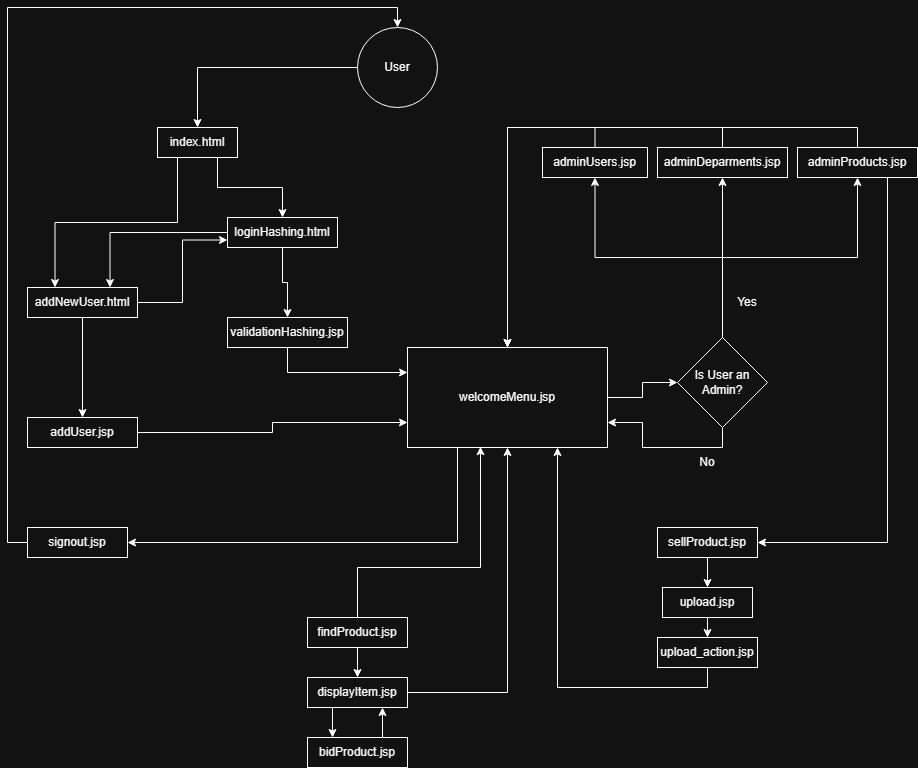
The draw.io diagram Documentation/flowChart.png in Edariel22/MiniEbay, before a commit. Source tidied: cells renumbered, new cells last; positions are measured from the earlier drawing's top-left corner, leaving out a move shared by most shapes. The source it was exported from:
```xml
<mxGraphModel>
  <root>
    <mxCell id="0" />
    <mxCell id="1" parent="0" />
    <mxCell id="2" style="edgeStyle=orthogonalEdgeStyle;rounded=0;jettySize=auto;html=1;exitX=0;exitY=0.5;exitDx=0;exitDy=0;entryX=0.5;entryY=0;entryDx=0;entryDy=0;" parent="1" edge="1" source="3" target="21">
      <mxGeometry relative="1" as="geometry" />
    </mxCell>
    <mxCell id="3" value="User" style="ellipse;whiteSpace=wrap;html=1;" parent="1" vertex="1">
      <mxGeometry x="330" width="80" height="80" as="geometry" />
    </mxCell>
    <mxCell id="4" style="edgeStyle=orthogonalEdgeStyle;rounded=0;jettySize=auto;html=1;exitX=0.5;exitY=1;exitDx=0;exitDy=0;entryX=0.5;entryY=0;entryDx=0;entryDy=0;" parent="1" edge="1" source="6" target="8">
      <mxGeometry relative="1" as="geometry" />
    </mxCell>
    <mxCell id="5" style="edgeStyle=orthogonalEdgeStyle;rounded=0;jettySize=auto;html=1;exitX=0;exitY=0.5;exitDx=0;exitDy=0;entryX=0.75;entryY=0;entryDx=0;entryDy=0;" parent="1" edge="1" source="6" target="11">
      <mxGeometry relative="1" as="geometry" />
    </mxCell>
    <mxCell id="6" value="loginHashing.html" style="rounded=0;whiteSpace=wrap;html=1;" parent="1" vertex="1">
      <mxGeometry x="200" y="190" width="110" height="30" as="geometry" />
    </mxCell>
    <mxCell id="7" style="edgeStyle=orthogonalEdgeStyle;rounded=0;jettySize=auto;html=1;exitX=0.5;exitY=1;exitDx=0;exitDy=0;entryX=0;entryY=0.25;entryDx=0;entryDy=0;" parent="1" edge="1" source="8" target="18">
      <mxGeometry relative="1" as="geometry" />
    </mxCell>
    <mxCell id="8" value="validationHashing.jsp" style="rounded=0;whiteSpace=wrap;html=1;" parent="1" vertex="1">
      <mxGeometry x="200" y="290" width="120" height="30" as="geometry" />
    </mxCell>
    <mxCell id="9" style="edgeStyle=orthogonalEdgeStyle;rounded=0;jettySize=auto;html=1;exitX=0.5;exitY=1;exitDx=0;exitDy=0;entryX=0.5;entryY=0;entryDx=0;entryDy=0;" parent="1" edge="1" source="11" target="13">
      <mxGeometry relative="1" as="geometry" />
    </mxCell>
    <mxCell id="10" style="edgeStyle=orthogonalEdgeStyle;rounded=0;jettySize=auto;html=1;exitX=1;exitY=0.5;exitDx=0;exitDy=0;entryX=0;entryY=0.75;entryDx=0;entryDy=0;" parent="1" edge="1" source="11" target="6">
      <mxGeometry relative="1" as="geometry" />
    </mxCell>
    <mxCell id="11" value="addNewUser.html" style="rounded=0;whiteSpace=wrap;html=1;" parent="1" vertex="1">
      <mxGeometry y="260" width="110" height="30" as="geometry" />
    </mxCell>
    <mxCell id="12" style="edgeStyle=orthogonalEdgeStyle;rounded=0;jettySize=auto;html=1;exitX=1;exitY=0.5;exitDx=0;exitDy=0;entryX=0;entryY=0.75;entryDx=0;entryDy=0;" parent="1" edge="1" source="13" target="18">
      <mxGeometry relative="1" as="geometry" />
    </mxCell>
    <mxCell id="13" value="addUser.jsp" style="rounded=0;whiteSpace=wrap;html=1;" parent="1" vertex="1">
      <mxGeometry y="390" width="110" height="30" as="geometry" />
    </mxCell>
    <mxCell id="14" style="edgeStyle=orthogonalEdgeStyle;rounded=0;jettySize=auto;html=1;exitX=0;exitY=0.5;exitDx=0;exitDy=0;entryX=0.5;entryY=0;entryDx=0;entryDy=0;" parent="1" edge="1" source="15" target="3">
      <mxGeometry relative="1" as="geometry" />
    </mxCell>
    <mxCell id="15" value="signout.jsp" style="rounded=0;whiteSpace=wrap;html=1;" parent="1" vertex="1">
      <mxGeometry y="500" width="100" height="30" as="geometry" />
    </mxCell>
    <mxCell id="16" style="edgeStyle=orthogonalEdgeStyle;rounded=0;jettySize=auto;html=1;exitX=0.25;exitY=1;exitDx=0;exitDy=0;entryX=1;entryY=0.5;entryDx=0;entryDy=0;" parent="1" edge="1" source="18" target="15">
      <mxGeometry relative="1" as="geometry" />
    </mxCell>
    <mxCell id="17" style="edgeStyle=orthogonalEdgeStyle;rounded=0;jettySize=auto;html=1;exitX=1;exitY=0.5;exitDx=0;exitDy=0;entryX=0;entryY=0.5;entryDx=0;entryDy=0;" parent="1" edge="1" source="18" target="26">
      <mxGeometry relative="1" as="geometry" />
    </mxCell>
    <mxCell id="18" value="welcomeMenu.jsp" style="rounded=0;whiteSpace=wrap;html=1;" parent="1" vertex="1">
      <mxGeometry x="380" y="320" width="200" height="100" as="geometry" />
    </mxCell>
    <mxCell id="19" style="edgeStyle=orthogonalEdgeStyle;rounded=0;jettySize=auto;html=1;exitX=0.25;exitY=1;exitDx=0;exitDy=0;entryX=0.25;entryY=0;entryDx=0;entryDy=0;" parent="1" edge="1" source="21" target="11">
      <mxGeometry relative="1" as="geometry" />
    </mxCell>
    <mxCell id="20" style="edgeStyle=orthogonalEdgeStyle;rounded=0;jettySize=auto;html=1;exitX=0.75;exitY=1;exitDx=0;exitDy=0;entryX=0.5;entryY=0;entryDx=0;entryDy=0;" parent="1" edge="1" source="21" target="6">
      <mxGeometry relative="1" as="geometry" />
    </mxCell>
    <mxCell id="21" value="index.html" style="rounded=0;whiteSpace=wrap;html=1;" parent="1" vertex="1">
      <mxGeometry x="130" y="100" width="80" height="30" as="geometry" />
    </mxCell>
    <mxCell id="22" style="edgeStyle=orthogonalEdgeStyle;rounded=0;jettySize=auto;html=1;exitX=0.5;exitY=0;exitDx=0;exitDy=0;entryX=0.5;entryY=1;entryDx=0;entryDy=0;" parent="1" edge="1" source="26" target="35">
      <mxGeometry relative="1" as="geometry" />
    </mxCell>
    <mxCell id="23" style="edgeStyle=orthogonalEdgeStyle;rounded=0;jettySize=auto;html=1;exitX=0.5;exitY=1;exitDx=0;exitDy=0;entryX=1;entryY=0.75;entryDx=0;entryDy=0;" parent="1" edge="1" source="26" target="18">
      <mxGeometry relative="1" as="geometry" />
    </mxCell>
    <mxCell id="24" style="edgeStyle=orthogonalEdgeStyle;rounded=0;jettySize=auto;html=1;exitX=0.5;exitY=0;exitDx=0;exitDy=0;entryX=0.5;entryY=1;entryDx=0;entryDy=0;" parent="1" edge="1" source="26" target="33">
      <mxGeometry relative="1" as="geometry" />
    </mxCell>
    <mxCell id="25" style="edgeStyle=orthogonalEdgeStyle;rounded=0;jettySize=auto;html=1;exitX=0.5;exitY=0;exitDx=0;exitDy=0;entryX=0.5;entryY=1;entryDx=0;entryDy=0;" parent="1" edge="1" source="26" target="31">
      <mxGeometry relative="1" as="geometry" />
    </mxCell>
    <mxCell id="26" value="Is User an Admin?" style="rhombus;whiteSpace=wrap;html=1;" parent="1" vertex="1">
      <mxGeometry x="650" y="310" width="90" height="90" as="geometry" />
    </mxCell>
    <mxCell id="27" value="No" style="text;html=1;whiteSpace=wrap;strokeColor=none;fillColor=none;align=center;verticalAlign=middle;rounded=0;" parent="1" vertex="1">
      <mxGeometry x="650" y="420" width="60" height="30" as="geometry" />
    </mxCell>
    <mxCell id="28" value="Yes" style="text;html=1;whiteSpace=wrap;strokeColor=none;fillColor=none;align=center;verticalAlign=middle;rounded=0;" parent="1" vertex="1">
      <mxGeometry x="690" y="260" width="60" height="30" as="geometry" />
    </mxCell>
    <mxCell id="29" style="edgeStyle=orthogonalEdgeStyle;rounded=0;jettySize=auto;html=1;exitX=0.5;exitY=0;exitDx=0;exitDy=0;" parent="1" edge="1" source="31">
      <mxGeometry relative="1" as="geometry">
        <mxPoint x="480" y="320" as="targetPoint" />
      </mxGeometry>
    </mxCell>
    <mxCell id="30" style="edgeStyle=orthogonalEdgeStyle;rounded=0;jettySize=auto;html=1;exitX=0.75;exitY=1;exitDx=0;exitDy=0;entryX=1;entryY=0.5;entryDx=0;entryDy=0;" parent="1" edge="1" source="31" target="37">
      <mxGeometry relative="1" as="geometry" />
    </mxCell>
    <mxCell id="31" value="adminProducts.jsp" style="rounded=0;whiteSpace=wrap;html=1;" parent="1" vertex="1">
      <mxGeometry x="770" y="120" width="120" height="30" as="geometry" />
    </mxCell>
    <mxCell id="32" style="edgeStyle=orthogonalEdgeStyle;rounded=0;jettySize=auto;html=1;exitX=0.5;exitY=0;exitDx=0;exitDy=0;entryX=0.5;entryY=0;entryDx=0;entryDy=0;" parent="1" edge="1" source="33" target="18">
      <mxGeometry relative="1" as="geometry" />
    </mxCell>
    <mxCell id="33" value="adminDeparments.jsp" style="rounded=0;whiteSpace=wrap;html=1;" parent="1" vertex="1">
      <mxGeometry x="630" y="120" width="130" height="30" as="geometry" />
    </mxCell>
    <mxCell id="34" style="edgeStyle=orthogonalEdgeStyle;rounded=0;jettySize=auto;html=1;exitX=0.5;exitY=0;exitDx=0;exitDy=0;entryX=0.5;entryY=0;entryDx=0;entryDy=0;" parent="1" edge="1" source="35" target="18">
      <mxGeometry relative="1" as="geometry" />
    </mxCell>
    <mxCell id="35" value="adminUsers.jsp" style="rounded=0;whiteSpace=wrap;html=1;" parent="1" vertex="1">
      <mxGeometry x="515" y="120" width="105" height="30" as="geometry" />
    </mxCell>
    <mxCell id="36" style="edgeStyle=orthogonalEdgeStyle;rounded=0;jettySize=auto;html=1;exitX=0.5;exitY=1;exitDx=0;exitDy=0;entryX=0.5;entryY=0;entryDx=0;entryDy=0;" parent="1" edge="1" source="37" target="39">
      <mxGeometry relative="1" as="geometry" />
    </mxCell>
    <mxCell id="37" value="sellProduct.jsp" style="rounded=0;whiteSpace=wrap;html=1;" parent="1" vertex="1">
      <mxGeometry x="630" y="500" width="100" height="30" as="geometry" />
    </mxCell>
    <mxCell id="38" style="edgeStyle=orthogonalEdgeStyle;rounded=0;jettySize=auto;html=1;exitX=0.5;exitY=1;exitDx=0;exitDy=0;entryX=0.5;entryY=0;entryDx=0;entryDy=0;" parent="1" edge="1" source="39" target="41">
      <mxGeometry relative="1" as="geometry" />
    </mxCell>
    <mxCell id="39" value="upload.jsp" style="rounded=0;whiteSpace=wrap;html=1;" parent="1" vertex="1">
      <mxGeometry x="635" y="560" width="90" height="30" as="geometry" />
    </mxCell>
    <mxCell id="40" style="edgeStyle=orthogonalEdgeStyle;rounded=0;jettySize=auto;html=1;exitX=0.5;exitY=1;exitDx=0;exitDy=0;entryX=0.75;entryY=1;entryDx=0;entryDy=0;" parent="1" edge="1" source="41" target="18">
      <mxGeometry relative="1" as="geometry" />
    </mxCell>
    <mxCell id="41" value="upload_action.jsp" style="rounded=0;whiteSpace=wrap;html=1;" parent="1" vertex="1">
      <mxGeometry x="630" y="610" width="100" height="30" as="geometry" />
    </mxCell>
    <mxCell id="42" style="edgeStyle=orthogonalEdgeStyle;rounded=0;jettySize=auto;html=1;exitX=0.5;exitY=1;exitDx=0;exitDy=0;entryX=0.5;entryY=0;entryDx=0;entryDy=0;" parent="1" edge="1" source="43" target="46">
      <mxGeometry relative="1" as="geometry" />
    </mxCell>
    <mxCell id="43" value="findProduct.jsp" style="rounded=0;whiteSpace=wrap;html=1;" parent="1" vertex="1">
      <mxGeometry x="280" y="590" width="100" height="30" as="geometry" />
    </mxCell>
    <mxCell id="44" style="edgeStyle=orthogonalEdgeStyle;rounded=0;jettySize=auto;html=1;exitX=0.25;exitY=1;exitDx=0;exitDy=0;entryX=0.25;entryY=0;entryDx=0;entryDy=0;" parent="1" edge="1" source="46" target="48">
      <mxGeometry relative="1" as="geometry" />
    </mxCell>
    <mxCell id="45" style="edgeStyle=orthogonalEdgeStyle;rounded=0;jettySize=auto;html=1;exitX=1;exitY=0.5;exitDx=0;exitDy=0;entryX=0.5;entryY=1;entryDx=0;entryDy=0;" parent="1" edge="1" source="46" target="18">
      <mxGeometry relative="1" as="geometry" />
    </mxCell>
    <mxCell id="46" value="displayItem.jsp" style="rounded=0;whiteSpace=wrap;html=1;" parent="1" vertex="1">
      <mxGeometry x="280" y="650" width="100" height="30" as="geometry" />
    </mxCell>
    <mxCell id="47" style="edgeStyle=orthogonalEdgeStyle;rounded=0;jettySize=auto;html=1;exitX=0.75;exitY=0;exitDx=0;exitDy=0;entryX=0.75;entryY=1;entryDx=0;entryDy=0;" parent="1" edge="1" source="48" target="46">
      <mxGeometry relative="1" as="geometry" />
    </mxCell>
    <mxCell id="48" value="bidProduct.jsp" style="rounded=0;whiteSpace=wrap;html=1;" parent="1" vertex="1">
      <mxGeometry x="280" y="710" width="100" height="30" as="geometry" />
    </mxCell>
    <mxCell id="49" style="edgeStyle=orthogonalEdgeStyle;rounded=0;jettySize=auto;html=1;exitX=0.5;exitY=0;exitDx=0;exitDy=0;entryX=0.365;entryY=0.992;entryDx=0;entryDy=0;entryPerimeter=0;" parent="1" edge="1" source="43" target="18">
      <mxGeometry relative="1" as="geometry">
        <Array as="points">
          <mxPoint x="330" y="540" />
          <mxPoint x="453" y="540" />
        </Array>
      </mxGeometry>
    </mxCell>
  </root>
</mxGraphModel>
```
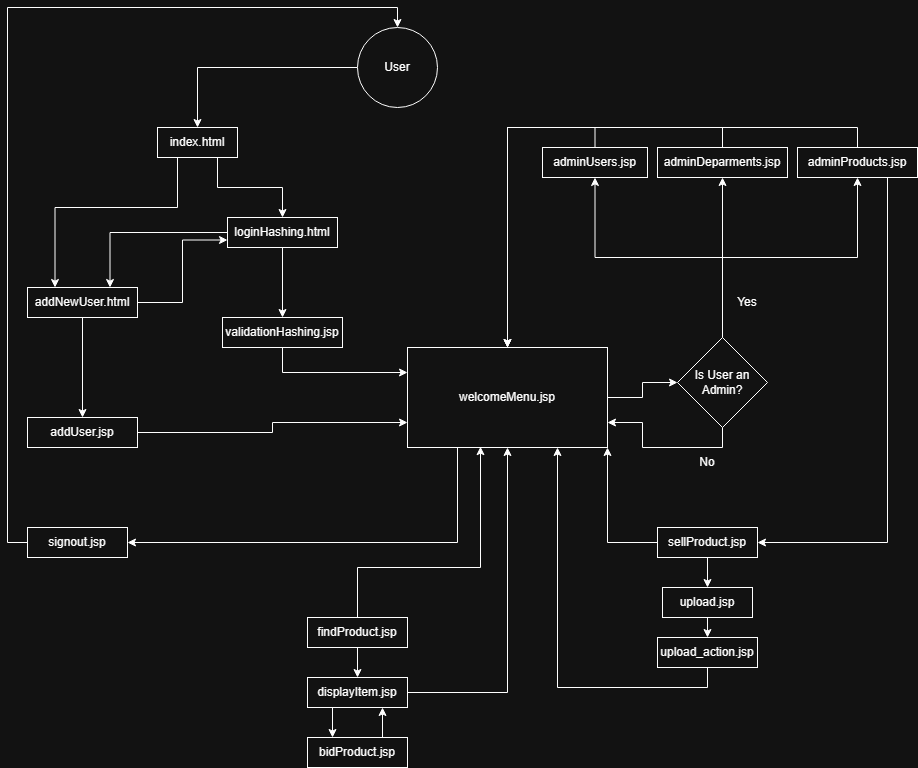
Above is the later version.

Diff of the diagram source:
```diff
@@ -21,7 +21,7 @@
       <mxGeometry relative="1" as="geometry" />
     </mxCell>
     <mxCell id="8" value="validationHashing.jsp" style="rounded=0;whiteSpace=wrap;html=1;" parent="1" vertex="1">
-      <mxGeometry x="200" y="290" width="120" height="30" as="geometry" />
+      <mxGeometry x="195" y="290" width="120" height="30" as="geometry" />
     </mxCell>
     <mxCell id="9" style="edgeStyle=orthogonalEdgeStyle;rounded=0;jettySize=auto;html=1;exitX=0.5;exitY=1;exitDx=0;exitDy=0;entryX=0.5;entryY=0;entryDx=0;entryDy=0;" parent="1" edge="1" source="11" target="13">
       <mxGeometry relative="1" as="geometry" />
@@ -54,7 +54,12 @@
       <mxGeometry x="380" y="320" width="200" height="100" as="geometry" />
     </mxCell>
     <mxCell id="19" style="edgeStyle=orthogonalEdgeStyle;rounded=0;jettySize=auto;html=1;exitX=0.25;exitY=1;exitDx=0;exitDy=0;entryX=0.25;entryY=0;entryDx=0;entryDy=0;" parent="1" edge="1" source="21" target="11">
-      <mxGeometry relative="1" as="geometry" />
+      <mxGeometry relative="1" as="geometry">
+        <Array as="points">
+          <mxPoint x="150" y="180" />
+          <mxPoint x="28" y="180" />
+        </Array>
+      </mxGeometry>
     </mxCell>
     <mxCell id="20" style="edgeStyle=orthogonalEdgeStyle;rounded=0;jettySize=auto;html=1;exitX=0.75;exitY=1;exitDx=0;exitDy=0;entryX=0.5;entryY=0;entryDx=0;entryDy=0;" parent="1" edge="1" source="21" target="6">
       <mxGeometry relative="1" as="geometry" />
@@ -109,6 +114,9 @@
     <mxCell id="36" style="edgeStyle=orthogonalEdgeStyle;rounded=0;jettySize=auto;html=1;exitX=0.5;exitY=1;exitDx=0;exitDy=0;entryX=0.5;entryY=0;entryDx=0;entryDy=0;" parent="1" edge="1" source="37" target="39">
       <mxGeometry relative="1" as="geometry" />
     </mxCell>
+    <mxCell id="50" style="edgeStyle=orthogonalEdgeStyle;rounded=0;jettySize=auto;html=1;exitX=0;exitY=0.5;exitDx=0;exitDy=0;entryX=1;entryY=1;entryDx=0;entryDy=0;" parent="1" edge="1" source="37" target="18">
+      <mxGeometry relative="1" as="geometry" />
+    </mxCell>
     <mxCell id="37" value="sellProduct.jsp" style="rounded=0;whiteSpace=wrap;html=1;" parent="1" vertex="1">
       <mxGeometry x="630" y="500" width="100" height="30" as="geometry" />
     </mxCell>
```
